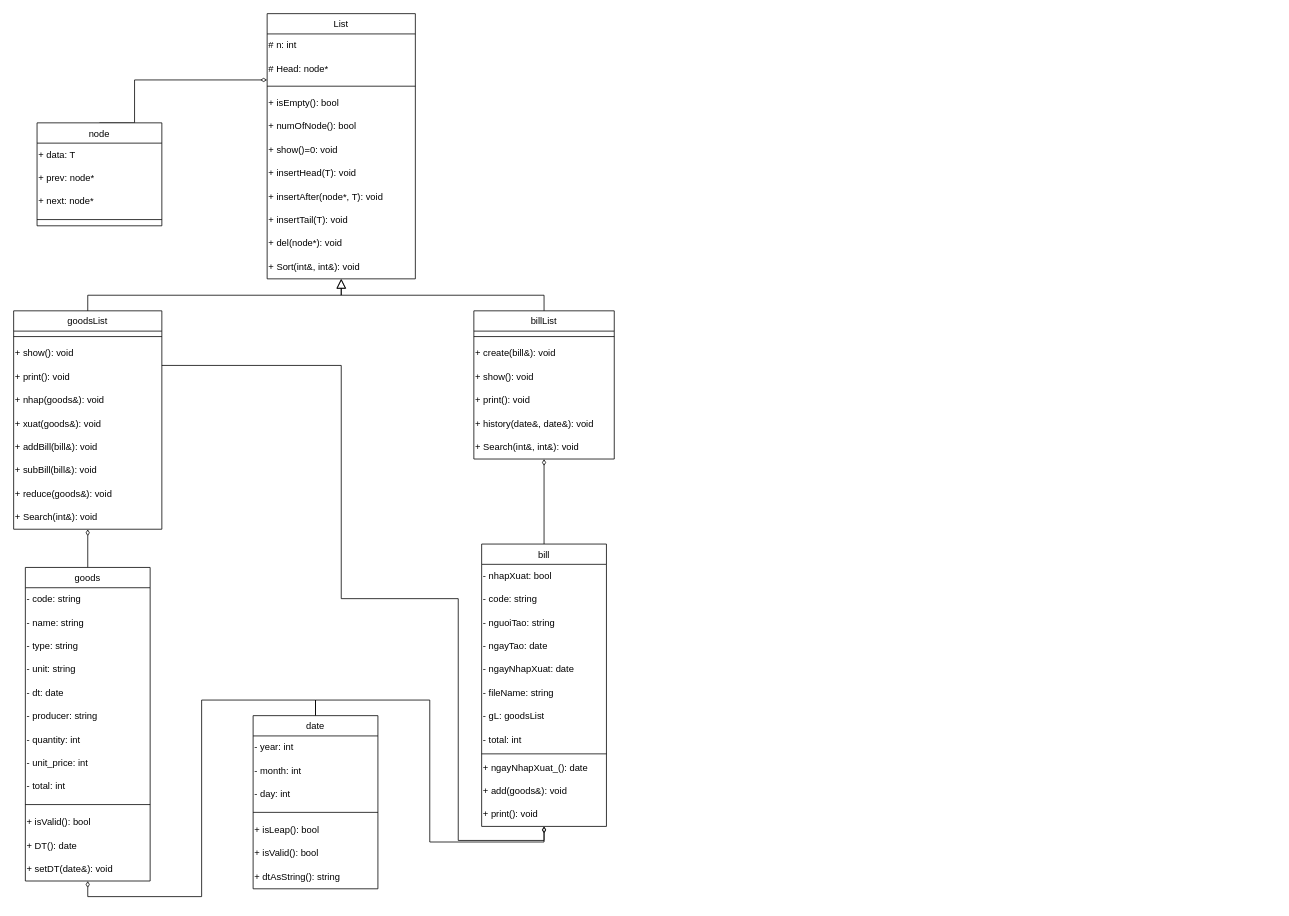
The draw.io diagram Untitled Diagram.drawio in wai157/pbl2, before the edit. Source tidied: cells renumbered, new cells numbered last; positions are measured from the earlier drawing's top-left corner, leaving out a move shared by most shapes. Both pictures are drawn from the tidied source at 78%, with x=0, y=0 at pixel (13, 13).
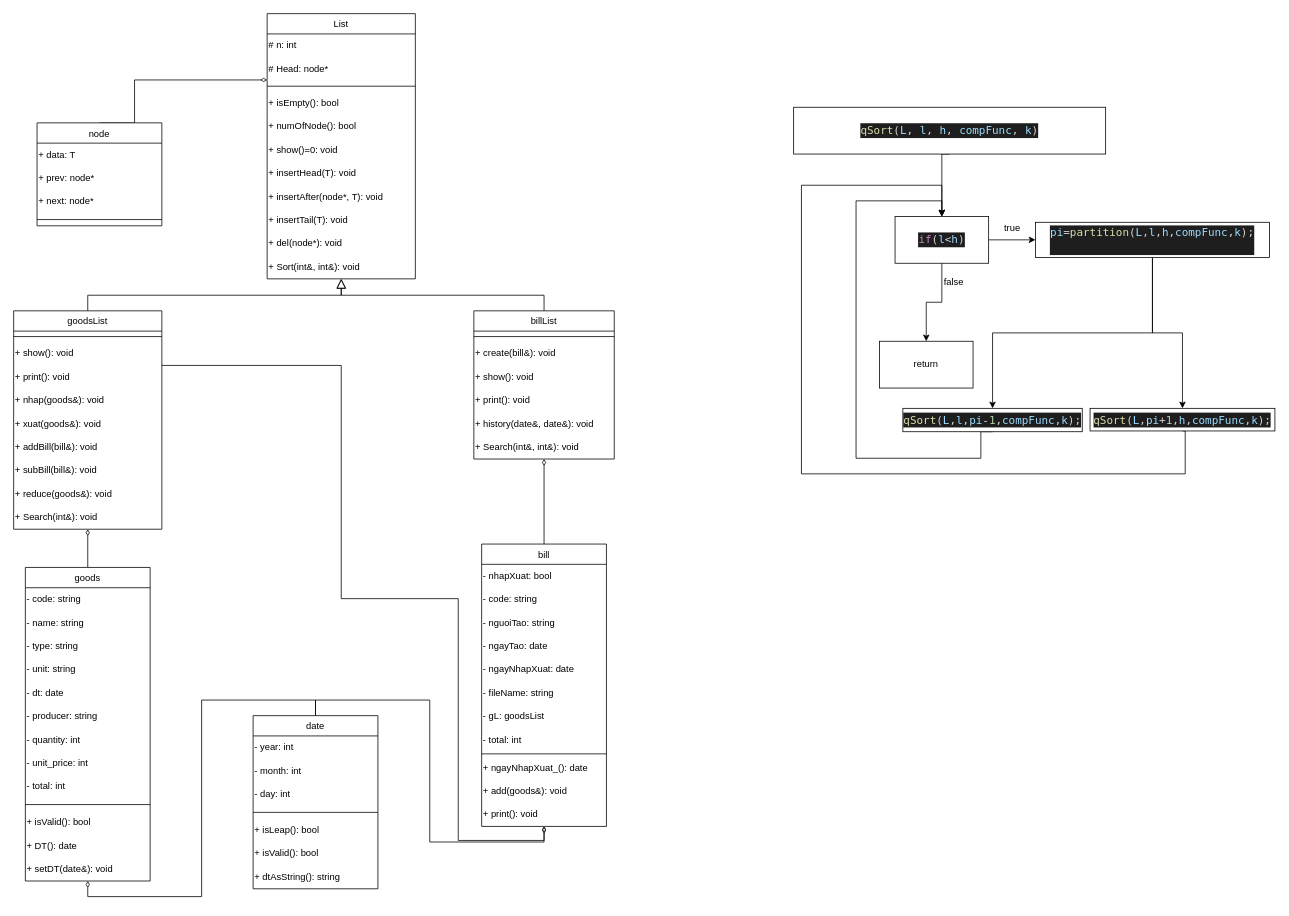
The same page after the edit.

The edit, as a diff of the source:
```diff
@@
+    <mxCell id="83" style="edgeStyle=orthogonalEdgeStyle;rounded=0;jettySize=auto;html=1;exitX=0.5;exitY=1;exitDx=0;exitDy=0;entryX=0.5;entryY=0;entryDx=0;entryDy=0;" parent="1" edge="1" source="84" target="87">
+      <mxGeometry relative="1" as="geometry">
+        <Array as="points">
+          <mxPoint x="1190" y="180" />
+        </Array>
+      </mxGeometry>
+    </mxCell>
+    <mxCell id="84" value="&lt;div style=&quot;color: rgb(212, 212, 212); background-color: rgb(30, 30, 30); font-family: &amp;quot;Droid Sans Mono&amp;quot;, &amp;quot;monospace&amp;quot;, monospace; font-size: 14px; line-height: 19px;&quot;&gt;&lt;span style=&quot;color: #dcdcaa;&quot;&gt;qSort&lt;/span&gt;(&lt;span style=&quot;color: #9cdcfe;&quot;&gt;L&lt;/span&gt;,&amp;nbsp;&lt;span style=&quot;color: #9cdcfe;&quot;&gt;l&lt;/span&gt;,&amp;nbsp;&lt;span style=&quot;color: #9cdcfe;&quot;&gt;h&lt;/span&gt;,&amp;nbsp;&lt;span style=&quot;color: #9cdcfe;&quot;&gt;compFunc&lt;/span&gt;,&amp;nbsp;&lt;span style=&quot;color: #9cdcfe;&quot;&gt;k&lt;/span&gt;)&lt;/div&gt;" style="rounded=0;whiteSpace=wrap;html=1;" parent="1" vertex="1">
+      <mxGeometry x="1000" y="120" width="400" height="60" as="geometry" />
+    </mxCell>
+    <mxCell id="85" style="edgeStyle=orthogonalEdgeStyle;rounded=0;jettySize=auto;html=1;exitX=1;exitY=0.5;exitDx=0;exitDy=0;entryX=0;entryY=0.5;entryDx=0;entryDy=0;" parent="1" edge="1" source="87" target="90">
+      <mxGeometry relative="1" as="geometry" />
+    </mxCell>
+    <mxCell id="86" style="edgeStyle=orthogonalEdgeStyle;rounded=0;jettySize=auto;html=1;exitX=0.5;exitY=1;exitDx=0;exitDy=0;entryX=0.5;entryY=0;entryDx=0;entryDy=0;" parent="1" edge="1" source="87" target="91">
+      <mxGeometry relative="1" as="geometry" />
+    </mxCell>
+    <mxCell id="87" value="&lt;div style=&quot;color: rgb(212, 212, 212); background-color: rgb(30, 30, 30); font-family: &amp;quot;Droid Sans Mono&amp;quot;, &amp;quot;monospace&amp;quot;, monospace; font-size: 14px; line-height: 19px;&quot;&gt;&lt;span style=&quot;color: #c586c0;&quot;&gt;if&lt;/span&gt;(&lt;span style=&quot;color: #9cdcfe;&quot;&gt;l&lt;/span&gt;&amp;lt;&lt;span style=&quot;color: #9cdcfe;&quot;&gt;h&lt;/span&gt;)&lt;/div&gt;" style="whiteSpace=wrap;html=1;" parent="1" vertex="1">
+      <mxGeometry x="1130" y="260" width="120" height="60" as="geometry" />
+    </mxCell>
+    <mxCell id="88" style="edgeStyle=orthogonalEdgeStyle;rounded=0;jettySize=auto;html=1;" parent="1" edge="1" source="90" target="95">
+      <mxGeometry relative="1" as="geometry" />
+    </mxCell>
+    <mxCell id="89" style="edgeStyle=orthogonalEdgeStyle;rounded=0;jettySize=auto;html=1;exitX=0.5;exitY=1;exitDx=0;exitDy=0;entryX=0.5;entryY=0;entryDx=0;entryDy=0;" parent="1" edge="1" source="90" target="97">
+      <mxGeometry relative="1" as="geometry" />
+    </mxCell>
+    <mxCell id="90" value="&lt;div style=&quot;color: rgb(212, 212, 212); background-color: rgb(30, 30, 30); font-family: &amp;quot;Droid Sans Mono&amp;quot;, &amp;quot;monospace&amp;quot;, monospace; font-size: 14px; line-height: 19px;&quot;&gt;&lt;div&gt;&lt;span style=&quot;color: #9cdcfe;&quot;&gt;pi&lt;/span&gt;=&lt;span style=&quot;color: #dcdcaa;&quot;&gt;partition&lt;/span&gt;(&lt;span style=&quot;color: #9cdcfe;&quot;&gt;L&lt;/span&gt;,&lt;span style=&quot;color: #9cdcfe;&quot;&gt;l&lt;/span&gt;,&lt;span style=&quot;color: #9cdcfe;&quot;&gt;h&lt;/span&gt;,&lt;span style=&quot;color: #9cdcfe;&quot;&gt;compFunc&lt;/span&gt;,&lt;span style=&quot;color: #9cdcfe;&quot;&gt;k&lt;/span&gt;);&lt;/div&gt;&lt;div&gt;&lt;br&gt;&lt;/div&gt;&lt;/div&gt;" style="whiteSpace=wrap;html=1;" parent="1" vertex="1">
+      <mxGeometry x="1310" y="267.5" width="300" height="45" as="geometry" />
+    </mxCell>
+    <mxCell id="91" value="return" style="whiteSpace=wrap;html=1;" parent="1" vertex="1">
+      <mxGeometry x="1110" y="420" width="120" height="60" as="geometry" />
+    </mxCell>
+    <mxCell id="92" value="true" style="text;html=1;align=center;verticalAlign=middle;strokeColor=none;fillColor=none;" parent="1" vertex="1">
+      <mxGeometry x="1260" y="260" width="40" height="30" as="geometry" />
+    </mxCell>
+    <mxCell id="93" value="false" style="text;html=1;align=center;verticalAlign=middle;strokeColor=none;fillColor=none;" parent="1" vertex="1">
+      <mxGeometry x="1180" y="330" width="50" height="30" as="geometry" />
+    </mxCell>
+    <mxCell id="94" style="edgeStyle=orthogonalEdgeStyle;rounded=0;jettySize=auto;html=1;exitX=0.5;exitY=1;exitDx=0;exitDy=0;entryX=0.5;entryY=0;entryDx=0;entryDy=0;" parent="1" edge="1" source="95" target="87">
+      <mxGeometry relative="1" as="geometry">
+        <Array as="points">
+          <mxPoint x="1240" y="570" />
+          <mxPoint x="1080" y="570" />
+          <mxPoint x="1080" y="240" />
+          <mxPoint x="1190" y="240" />
+        </Array>
+      </mxGeometry>
+    </mxCell>
+    <mxCell id="95" value="&lt;div style=&quot;color: rgb(212, 212, 212); background-color: rgb(30, 30, 30); font-family: &amp;quot;Droid Sans Mono&amp;quot;, &amp;quot;monospace&amp;quot;, monospace; font-size: 14px; line-height: 19px;&quot;&gt;&lt;span style=&quot;color: #dcdcaa;&quot;&gt;qSort&lt;/span&gt;(&lt;span style=&quot;color: #9cdcfe;&quot;&gt;L&lt;/span&gt;,&lt;span style=&quot;color: #9cdcfe;&quot;&gt;l&lt;/span&gt;,&lt;span style=&quot;color: #9cdcfe;&quot;&gt;pi&lt;/span&gt;-&lt;span style=&quot;color: #b5cea8;&quot;&gt;1&lt;/span&gt;,&lt;span style=&quot;color: #9cdcfe;&quot;&gt;compFunc&lt;/span&gt;,&lt;span style=&quot;color: #9cdcfe;&quot;&gt;k&lt;/span&gt;);&lt;/div&gt;" style="whiteSpace=wrap;html=1;" parent="1" vertex="1">
+      <mxGeometry x="1140" y="506" width="230" height="30" as="geometry" />
+    </mxCell>
+    <mxCell id="96" style="edgeStyle=orthogonalEdgeStyle;rounded=0;jettySize=auto;html=1;exitX=0.5;exitY=1;exitDx=0;exitDy=0;entryX=0.5;entryY=0;entryDx=0;entryDy=0;" parent="1" edge="1" source="97" target="87">
+      <mxGeometry relative="1" as="geometry">
+        <Array as="points">
+          <mxPoint x="1502" y="590" />
+          <mxPoint x="1010" y="590" />
+          <mxPoint x="1010" y="220" />
+          <mxPoint x="1190" y="220" />
+        </Array>
+      </mxGeometry>
+    </mxCell>
+    <mxCell id="97" value="&lt;div style=&quot;color: rgb(212, 212, 212); background-color: rgb(30, 30, 30); font-family: &amp;quot;Droid Sans Mono&amp;quot;, &amp;quot;monospace&amp;quot;, monospace; font-size: 14px; line-height: 19px;&quot;&gt;&lt;div&gt;        &lt;span style=&quot;color: #dcdcaa;&quot;&gt;qSort&lt;/span&gt;(&lt;span style=&quot;color: #9cdcfe;&quot;&gt;L&lt;/span&gt;,&lt;span style=&quot;color: #9cdcfe;&quot;&gt;pi&lt;/span&gt;+&lt;span style=&quot;color: #b5cea8;&quot;&gt;1&lt;/span&gt;,&lt;span style=&quot;color: #9cdcfe;&quot;&gt;h&lt;/span&gt;,&lt;span style=&quot;color: #9cdcfe;&quot;&gt;compFunc&lt;/span&gt;,&lt;span style=&quot;color: #9cdcfe;&quot;&gt;k&lt;/span&gt;);&lt;/div&gt;&lt;div&gt;&lt;/div&gt;&lt;/div&gt;" style="whiteSpace=wrap;html=1;" parent="1" vertex="1">
+      <mxGeometry x="1380" y="506" width="237" height="29" as="geometry" />
+    </mxCell>
```
